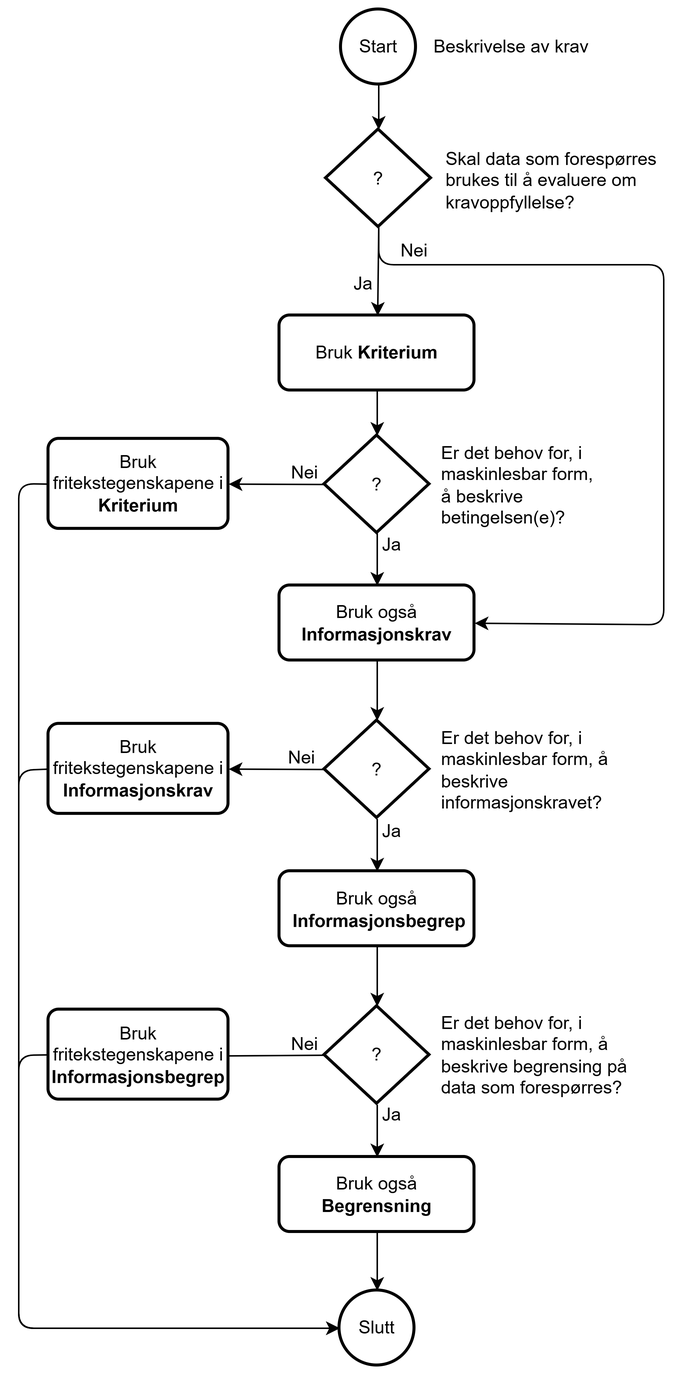
Earlier version of the draw.io export docs/images/Flytskjema-kriterium-informasjonskrav-begrensning.png (Informasjonsforvaltning/cccev-ap-no). Source tidied: cells renumbered, new cells last; positions are measured from the earlier drawing's top-left corner, leaving out a move shared by most shapes.
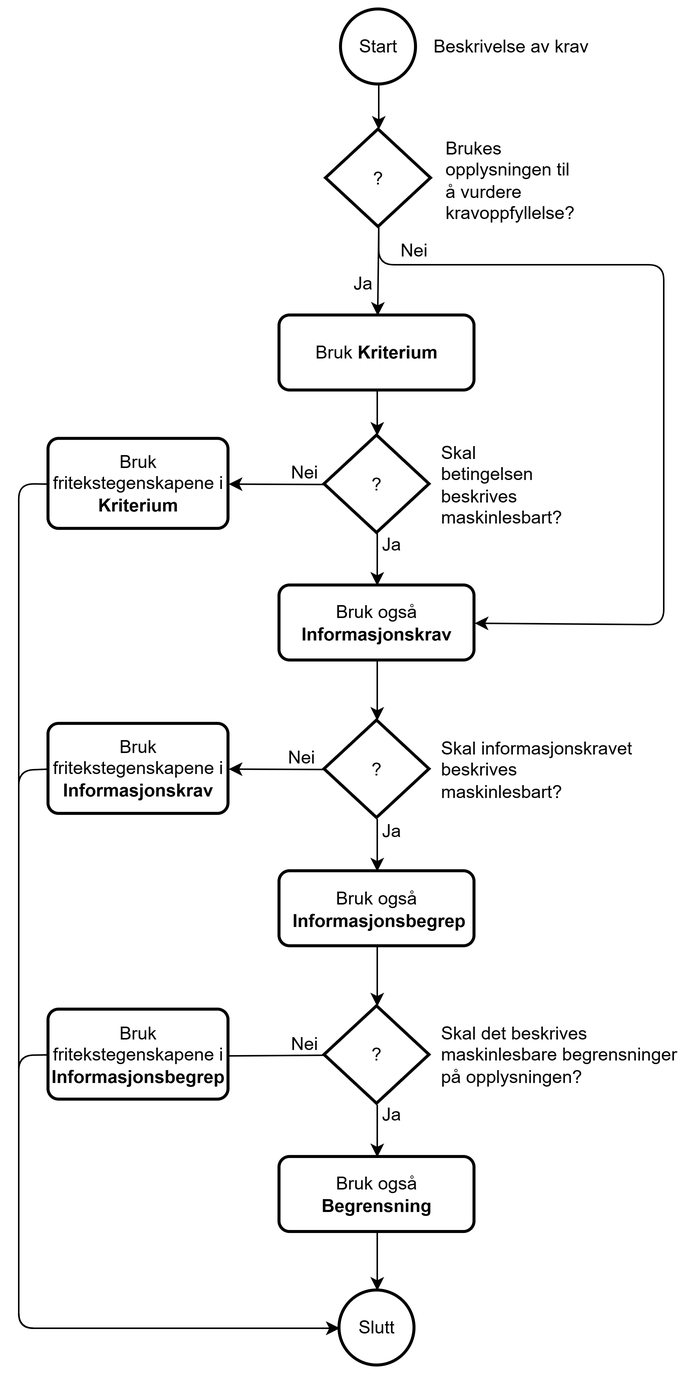
The same file after the commit.

Commit message:
Oppdaterer flytskjemaet i 4.1, etter gjennomgang av KSF

The edit, as a diff of the source:
```diff
@@ -11,8 +11,8 @@
     <mxCell id="4" value="?" style="strokeWidth=2;html=1;shape=mxgraph.flowchart.decision;whiteSpace=wrap;" parent="1" vertex="1">
       <mxGeometry x="204" y="284" width="70" height="65" as="geometry" />
     </mxCell>
-    <mxCell id="5" value="Er det behov for, i maskinlesbar form, å beskrive&amp;nbsp; betingelsen(e)?" style="text;html=1;whiteSpace=wrap;strokeColor=none;fillColor=none;align=left;verticalAlign=middle;rounded=0;" parent="1" vertex="1">
-      <mxGeometry x="280" y="301.5" width="110" height="30" as="geometry" />
+    <mxCell id="5" value="&lt;span&gt;Skal betingelsen beskrives maskinlesbart&lt;/span&gt;?" style="text;html=1;whiteSpace=wrap;strokeColor=none;fillColor=none;align=left;verticalAlign=middle;rounded=0;" parent="1" vertex="1">
+      <mxGeometry x="280" y="301.5" width="90" height="30" as="geometry" />
     </mxCell>
     <mxCell id="6" style="endArrow=classic;html=1;rounded=0;entryX=0.5;entryY=0;entryDx=0;entryDy=0;entryPerimeter=0;exitX=0.5;exitY=1;exitDx=0;exitDy=0;" parent="1" edge="1" source="3" target="4">
       <mxGeometry relative="1" as="geometry" />
@@ -23,7 +23,7 @@
     <mxCell id="8" value="?" style="strokeWidth=2;html=1;shape=mxgraph.flowchart.decision;whiteSpace=wrap;" parent="1" vertex="1">
       <mxGeometry x="204" y="474" width="70" height="65" as="geometry" />
     </mxCell>
-    <mxCell id="9" value="Er det behov for, i maskinlesbar form,&amp;nbsp;å beskrive informasjonskravet?" style="text;html=1;whiteSpace=wrap;strokeColor=none;fillColor=none;align=left;verticalAlign=middle;rounded=0;" parent="1" vertex="1">
+    <mxCell id="9" value="&lt;span&gt;Skal informasjonskravet beskrives maskinlesbart?&lt;/span&gt;" style="text;html=1;whiteSpace=wrap;strokeColor=none;fillColor=none;align=left;verticalAlign=middle;rounded=0;" parent="1" vertex="1">
       <mxGeometry x="280" y="491.5" width="130" height="30" as="geometry" />
     </mxCell>
     <mxCell id="10" style="endArrow=classic;html=1;rounded=0;exitX=0.5;exitY=1;exitDx=0;exitDy=0;exitPerimeter=0;entryX=0.5;entryY=0;entryDx=0;entryDy=0;" parent="1" edge="1" source="4" target="7">
@@ -67,8 +67,8 @@
     <mxCell id="22" value="?" style="strokeWidth=2;html=1;shape=mxgraph.flowchart.decision;whiteSpace=wrap;" parent="1" vertex="1">
       <mxGeometry x="204" y="664.5" width="70" height="65" as="geometry" />
     </mxCell>
-    <mxCell id="23" value="Er det behov for, i maskinlesbar form, å beskrive begrensing på data som forespørres?" style="text;html=1;whiteSpace=wrap;strokeColor=none;fillColor=none;align=left;verticalAlign=middle;rounded=0;" parent="1" vertex="1">
-      <mxGeometry x="280" y="682" width="130" height="30" as="geometry" />
+    <mxCell id="23" value="&lt;span&gt;Skal det beskrives maskinlesbare begrensninger på opplysningen?&lt;/span&gt;" style="text;html=1;whiteSpace=wrap;strokeColor=none;fillColor=none;align=left;verticalAlign=middle;rounded=0;" parent="1" vertex="1">
+      <mxGeometry x="280" y="682" width="160" height="30" as="geometry" />
     </mxCell>
     <mxCell id="24" style="endArrow=classic;html=1;rounded=0;exitX=0.5;exitY=1;exitDx=0;exitDy=0;entryX=0.5;entryY=0;entryDx=0;entryDy=0;entryPerimeter=0;" parent="1" edge="1" target="22">
       <mxGeometry relative="1" as="geometry">
@@ -130,8 +130,8 @@
     <mxCell id="36" value="?" style="strokeWidth=2;html=1;shape=mxgraph.flowchart.decision;whiteSpace=wrap;" parent="1" vertex="1">
       <mxGeometry x="205" y="80" width="70" height="65" as="geometry" />
     </mxCell>
-    <mxCell id="37" value="Skal data som forespørres brukes til å evaluere om kravoppfyllelse?" style="text;html=1;whiteSpace=wrap;strokeColor=none;fillColor=none;align=left;verticalAlign=middle;rounded=0;" parent="1" vertex="1">
-      <mxGeometry x="283" y="97.5" width="157" height="32.5" as="geometry" />
+    <mxCell id="37" value="&lt;span&gt;Brukes opplysningen til å vurdere kravoppfyllelse&lt;/span&gt;?" style="text;html=1;whiteSpace=wrap;strokeColor=none;fillColor=none;align=left;verticalAlign=middle;rounded=0;" parent="1" vertex="1">
+      <mxGeometry x="283" y="97.5" width="87" height="32.5" as="geometry" />
     </mxCell>
     <mxCell id="38" value="Ja" style="text;html=1;whiteSpace=wrap;strokeColor=none;fillColor=none;align=center;verticalAlign=middle;rounded=0;" parent="1" vertex="1">
       <mxGeometry x="220" y="175" width="20" height="15" as="geometry" />
```
